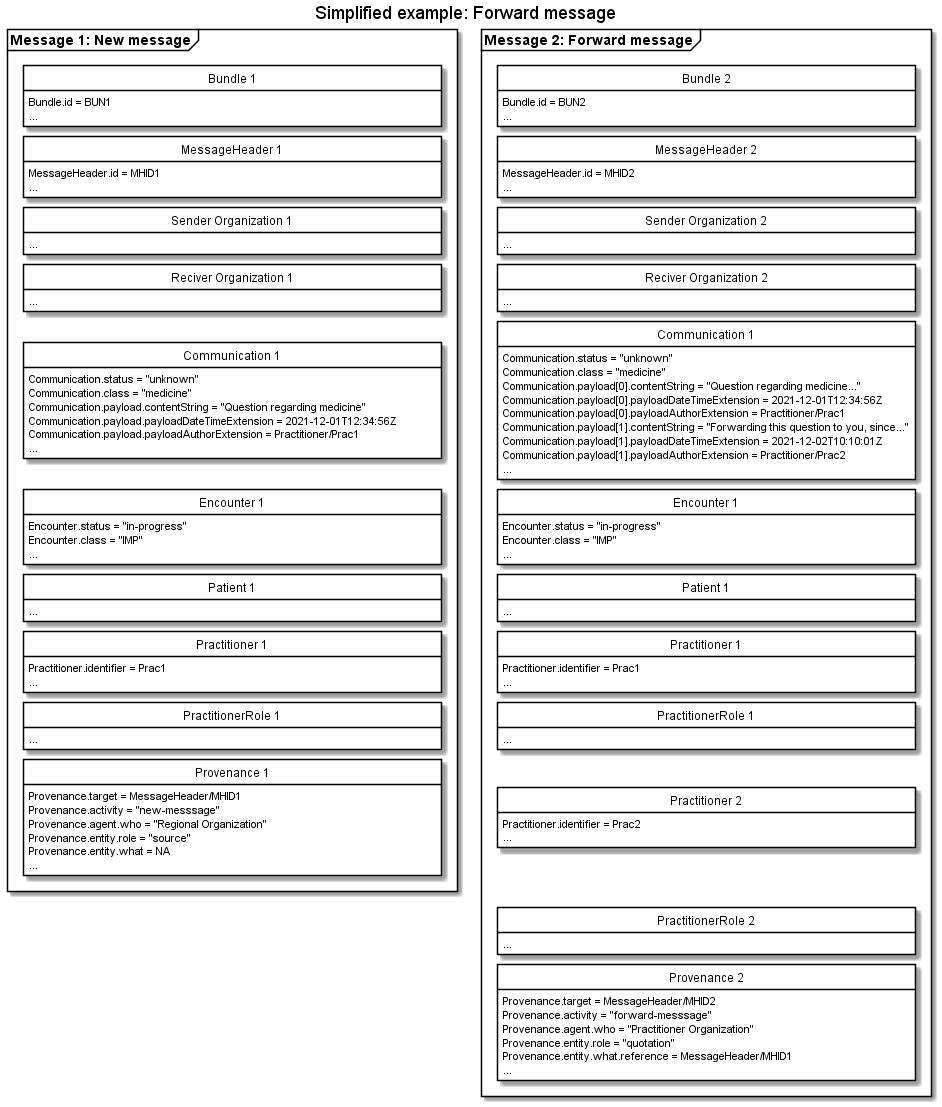
The PlantUML diagram input/images/carecommunication/CCForwardMessage.png in medcomdk/dk-medcom-carecommunication, before a commit.
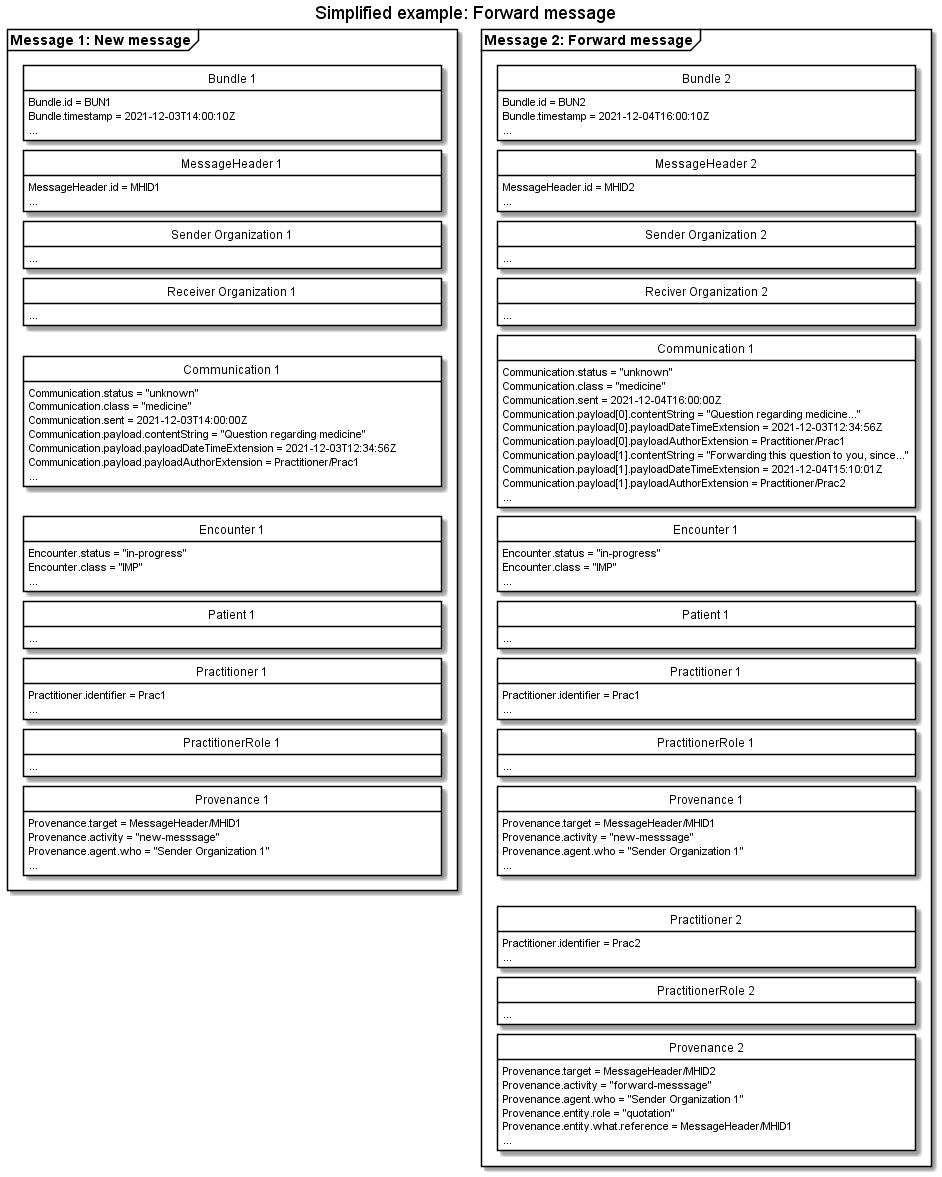
After the change.

What changed in the source:
```diff
@@ -16,6 +16,7 @@
 package "Message 1: New message" as new <<Frame>>{
     class "Bundle 1" as newB {
         Bundle.id = BUN1
+        Bundle.timestamp = 2021-12-03T14:00:10Z
         ...
     }
     class "MessageHeader 1" as newMH{
@@ -25,14 +26,15 @@
     class "Sender Organization 1" as newSOrg{
         ...
     }
-    class "Reciver Organization 1" as newROrg{
+    class "Receiver Organization 1" as newROrg{
         ...
     }
     class "Communication 1" as newCom{
         Communication.status = "unknown"
         Communication.class = "medicine"
+        Communication.sent = 2021-12-03T14:00:00Z
         Communication.payload.contentString = "Question regarding medicine"
-        Communication.payload.payloadDateTimeExtension = 2021-12-01T12:34:56Z
+        Communication.payload.payloadDateTimeExtension = 2021-12-03T12:34:56Z
         Communication.payload.payloadAuthorExtension = Practitioner/Prac1
         ...
     }
@@ -54,9 +56,7 @@
     class "Provenance 1" as newPRO{
         Provenance.target = MessageHeader/MHID1
         Provenance.activity = "new-messsage"
-        Provenance.agent.who = "Regional Organization"
-        Provenance.entity.role = "source"
-        Provenance.entity.what = NA
+        Provenance.agent.who = "Sender Organization 1"
         ...
     }
 
@@ -77,6 +77,7 @@
 package "Message 2: Forward message" as forward <<Frame>>{
     class "Bundle 2" as forwardB {
         Bundle.id = BUN2
+        Bundle.timestamp = 2021-12-04T16:00:10Z
         ...
     }
     class "MessageHeader 2" as forwardMH{
@@ -92,11 +93,12 @@
     class "Communication 1" as newforwardCom{
         Communication.status = "unknown"
         Communication.class = "medicine"
+        Communication.sent = 2021-12-04T16:00:00Z
         Communication.payload[0].contentString = "Question regarding medicine..."
-        Communication.payload[0].payloadDateTimeExtension = 2021-12-01T12:34:56Z
+        Communication.payload[0].payloadDateTimeExtension = 2021-12-03T12:34:56Z
         Communication.payload[0].payloadAuthorExtension = Practitioner/Prac1
         Communication.payload[1].contentString = "Forwarding this question to you, since..."
-        Communication.payload[1].payloadDateTimeExtension = 2021-12-02T10:10:01Z
+        Communication.payload[1].payloadDateTimeExtension = 2021-12-04T15:10:01Z
         Communication.payload[1].payloadAuthorExtension = Practitioner/Prac2
         ...
     }
@@ -115,6 +117,12 @@
     class "PractitionerRole 1" as newforwardPracR{
         ...
     }
+    class "Provenance 1" as newforwardPRO{
+        Provenance.target = MessageHeader/MHID1
+        Provenance.activity = "new-messsage"
+        Provenance.agent.who = "Sender Organization 1"
+        ...
+    }
     class "Practitioner 2" as forwardPrac{
         Practitioner.identifier = Prac2
         ...
@@ -125,7 +133,7 @@
     class "Provenance 2" as forwardPRO{
         Provenance.target = MessageHeader/MHID2
         Provenance.activity = "forward-messsage"
-        Provenance.agent.who = "Practitioner Organization"
+        Provenance.agent.who = "Sender Organization 1"
         Provenance.entity.role = "quotation"
         Provenance.entity.what.reference = MessageHeader/MHID1
         ...
@@ -139,7 +147,8 @@
 newforwardENC-[hidden]-newforwardPT
 newforwardPT-[hidden]-newforwardPrac
 newforwardPrac-[hidden]-newforwardPracR
-newforwardPracR-[hidden]-forwardPrac
+newforwardPracR-[hidden]-newforwardPRO
+newforwardPRO-[hidden]-forwardPrac
 forwardPrac-[hidden]-forwardPracR
 forwardPracR-[hidden]-forwardPRO
 
```
